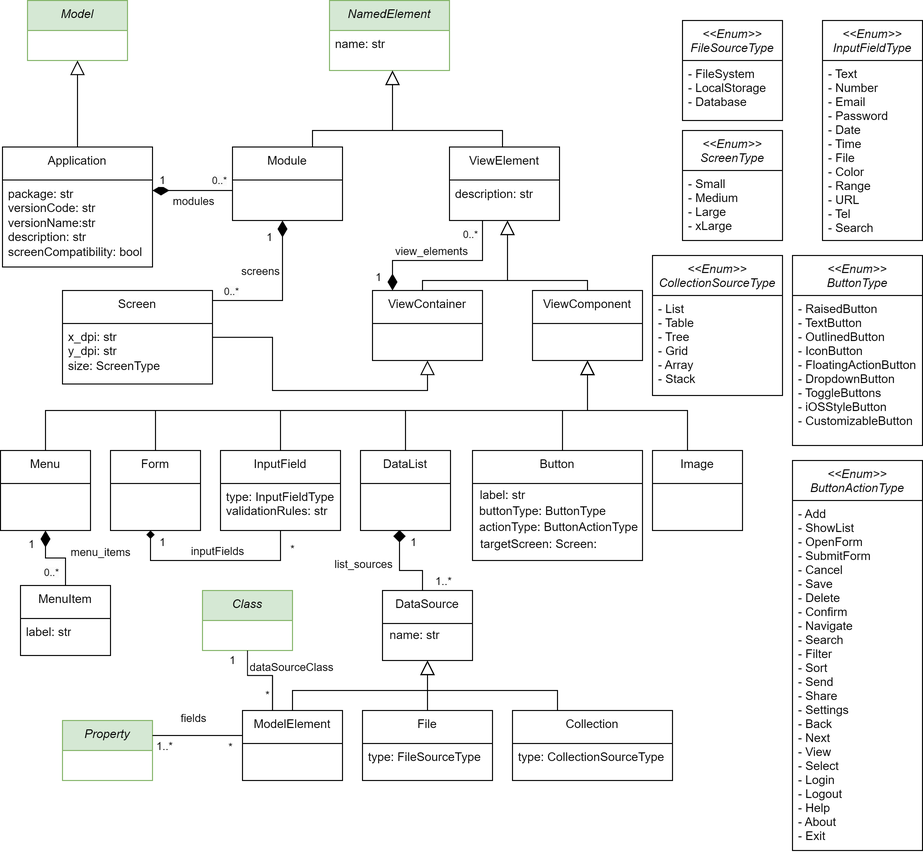
BESSER-PEARL/BESSER keeps this draw.io diagram as docs/source/img/gui_mm.png. Above is the earlier version. Source tidied: cells renumbered, new cells last; positions are measured from the earlier drawing's top-left corner, leaving out a move shared by most shapes.
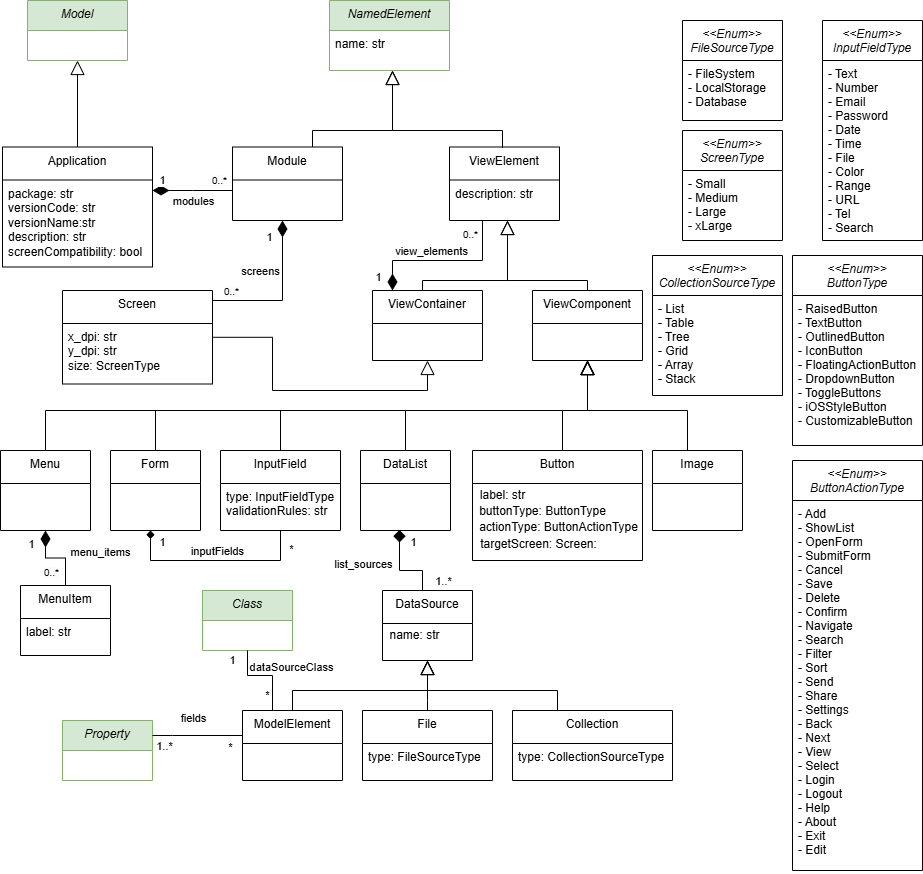
After the commit.

Diff of the diagram source:
```diff
@@ -434,10 +434,10 @@
       <mxGeometry x="468" y="529" width="140" height="30" as="geometry" />
     </mxCell>
     <mxCell id="91" value="&lt;&lt;Enum&gt;&gt;&#10;ButtonActionType" style="swimlane;fontStyle=2;horizontal=1;startSize=40;" parent="1" vertex="1">
-      <mxGeometry x="792" y="460" width="130" height="390" as="geometry" />
+      <mxGeometry x="792" y="460" width="130" height="410" as="geometry" />
     </mxCell>
-    <mxCell id="92" value="- Add&#10;- ShowList&#10;- OpenForm&#10;- SubmitForm&#10;- Cancel&#10;- Save&#10;- Delete&#10;- Confirm&#10;- Navigate&#10;- Search&#10;- Filter&#10;- Sort&#10;- Send&#10;- Share&#10;- Settings&#10;- Back&#10;- Next&#10;- View&#10;- Select&#10;- Login&#10;- Logout&#10;- Help&#10;- About&#10;- Exit&#10;" style="text;align=left;verticalAlign=top;spacingLeft=4;spacingRight=4;overflow=hidden;" parent="91" vertex="1">
-      <mxGeometry y="40" width="130" height="350" as="geometry" />
+    <mxCell id="92" value="- Add&#10;- ShowList&#10;- OpenForm&#10;- SubmitForm&#10;- Cancel&#10;- Save&#10;- Delete&#10;- Confirm&#10;- Navigate&#10;- Search&#10;- Filter&#10;- Sort&#10;- Send&#10;- Share&#10;- Settings&#10;- Back&#10;- Next&#10;- View&#10;- Select&#10;- Login&#10;- Logout&#10;- Help&#10;- About&#10;- Exit&#10;- Edit&#10;" style="text;align=left;verticalAlign=top;spacingLeft=4;spacingRight=4;overflow=hidden;" parent="91" vertex="1">
+      <mxGeometry y="40" width="130" height="370" as="geometry" />
     </mxCell>
     <mxCell id="93" value="&lt;&lt;Enum&gt;&gt;&#10;ButtonType" style="swimlane;fontStyle=2;horizontal=1;startSize=40;" parent="1" vertex="1">
       <mxGeometry x="792" y="255" width="130" height="190" as="geometry" />
```
